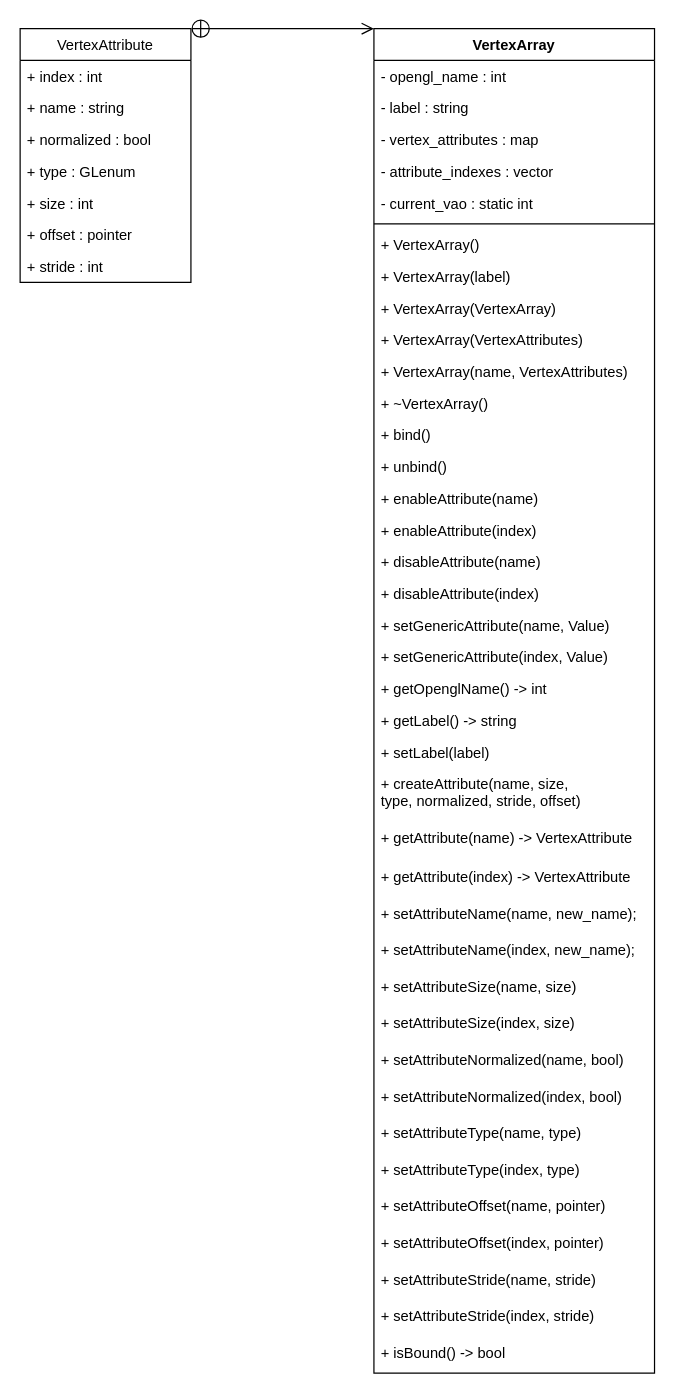
This is docs/VertexArray.drawio from LowFire/blazer3d, a draw.io file, before an edit. Source tidied: cells renumbered, new cells numbered last; positions are measured from the earlier drawing's top-left corner, leaving out a move shared by most shapes. Both pictures are drawn from the tidied source at 122%, with x=0, y=0 at pixel (20, 28).
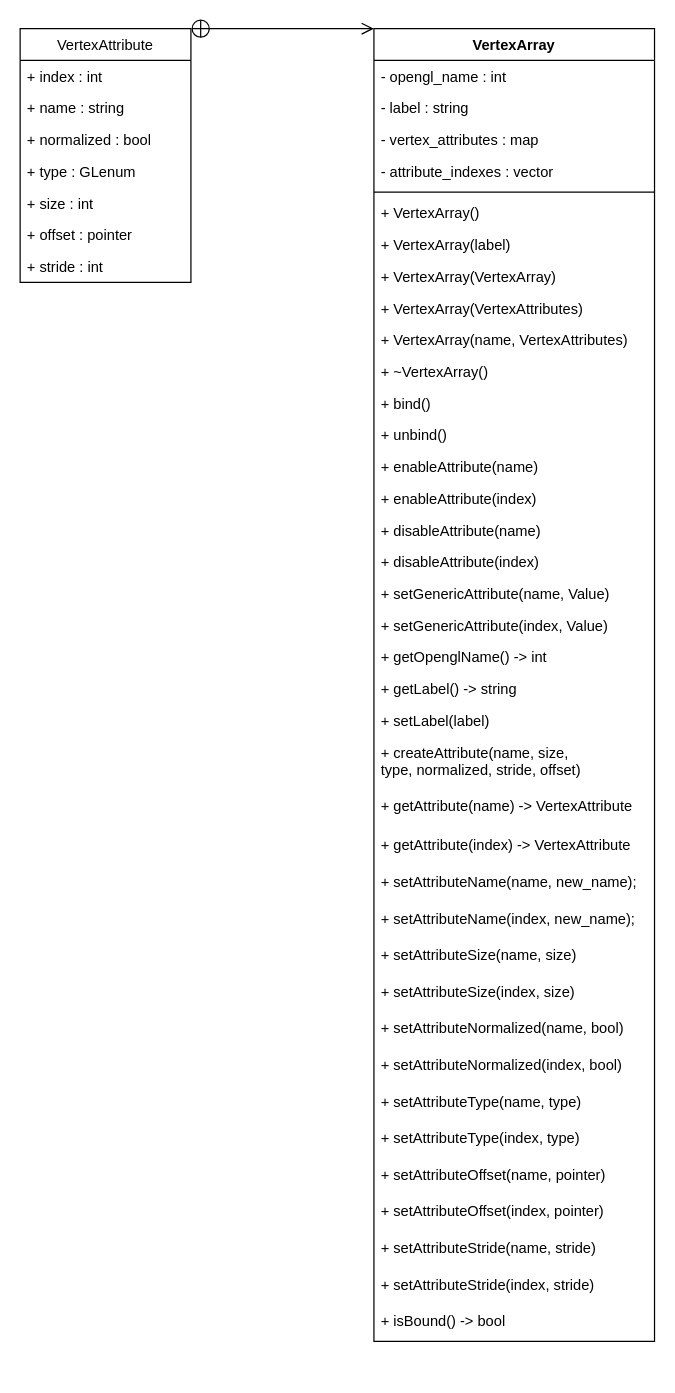
Above is the later version.

What changed in the source:
```diff
@@
     <mxCell id="2" value="VertexArray" style="swimlane;fontStyle=1;align=center;verticalAlign=top;horizontal=1;startSize=26;" parent="1" vertex="1">
-      <mxGeometry x="290" width="230" height="1102" as="geometry" />
+      <mxGeometry x="290" width="230" height="1076" as="geometry" />
     </mxCell>
@@
-    <mxCell id="7" value="- current_vao : static int" style="text;strokeColor=none;fillColor=none;align=left;verticalAlign=top;spacingLeft=4;spacingRight=4;overflow=hidden;" parent="2" vertex="1">
-      <mxGeometry y="130" width="230" height="26" as="geometry" />
-    </mxCell>
     <mxCell id="8" style="line;strokeWidth=1;fillColor=none;align=left;verticalAlign=middle;spacingTop=-1;spacingLeft=3;spacingRight=3;labelPosition=right;" parent="2" vertex="1">
-      <mxGeometry y="156" width="230" height="8" as="geometry" />
+      <mxGeometry y="130" width="230" height="8" as="geometry" />
     </mxCell>
     <mxCell id="9" value="+ VertexArray()" style="text;strokeColor=none;fillColor=none;align=left;verticalAlign=top;spacingLeft=4;spacingRight=4;overflow=hidden;" parent="2" vertex="1">
-      <mxGeometry y="164" width="230" height="26" as="geometry" />
+      <mxGeometry y="138" width="230" height="26" as="geometry" />
     </mxCell>
     <mxCell id="10" value="+ VertexArray(label)" style="text;strokeColor=none;fillColor=none;align=left;verticalAlign=top;spacingLeft=4;spacingRight=4;overflow=hidden;" parent="2" vertex="1">
-      <mxGeometry y="190" width="230" height="26" as="geometry" />
+      <mxGeometry y="164" width="230" height="26" as="geometry" />
     </mxCell>
     <mxCell id="11" value="+ VertexArray(VertexArray)" style="text;strokeColor=none;fillColor=none;align=left;verticalAlign=top;spacingLeft=4;spacingRight=4;overflow=hidden;" parent="2" vertex="1">
-      <mxGeometry y="216" width="230" height="26" as="geometry" />
+      <mxGeometry y="190" width="230" height="26" as="geometry" />
     </mxCell>
     <mxCell id="12" value="+ VertexArray(VertexAttributes)" style="text;strokeColor=none;fillColor=none;align=left;verticalAlign=top;spacingLeft=4;spacingRight=4;overflow=hidden;" parent="2" vertex="1">
-      <mxGeometry y="242" width="230" height="26" as="geometry" />
+      <mxGeometry y="216" width="230" height="26" as="geometry" />
     </mxCell>
     <mxCell id="13" value="+ VertexArray(name, VertexAttributes)" style="text;strokeColor=none;fillColor=none;align=left;verticalAlign=top;spacingLeft=4;spacingRight=4;overflow=hidden;" parent="2" vertex="1">
-      <mxGeometry y="268" width="230" height="26" as="geometry" />
+      <mxGeometry y="242" width="230" height="26" as="geometry" />
     </mxCell>
     <mxCell id="14" value="+ ~VertexArray()" style="text;strokeColor=none;fillColor=none;align=left;verticalAlign=top;spacingLeft=4;spacingRight=4;overflow=hidden;" parent="2" vertex="1">
-      <mxGeometry y="294" width="230" height="26" as="geometry" />
+      <mxGeometry y="268" width="230" height="26" as="geometry" />
     </mxCell>
     <mxCell id="15" value="+ bind()" style="text;strokeColor=none;fillColor=none;align=left;verticalAlign=top;spacingLeft=4;spacingRight=4;overflow=hidden;" parent="2" vertex="1">
-      <mxGeometry y="320" width="230" height="26" as="geometry" />
+      <mxGeometry y="294" width="230" height="26" as="geometry" />
     </mxCell>
     <mxCell id="16" value="+ unbind()" style="text;strokeColor=none;fillColor=none;align=left;verticalAlign=top;spacingLeft=4;spacingRight=4;overflow=hidden;" parent="2" vertex="1">
-      <mxGeometry y="346" width="230" height="26" as="geometry" />
+      <mxGeometry y="320" width="230" height="26" as="geometry" />
     </mxCell>
     <mxCell id="17" value="+ enableAttribute(name)" style="text;strokeColor=none;fillColor=none;align=left;verticalAlign=top;spacingLeft=4;spacingRight=4;overflow=hidden;" parent="2" vertex="1">
-      <mxGeometry y="372" width="230" height="26" as="geometry" />
+      <mxGeometry y="346" width="230" height="26" as="geometry" />
     </mxCell>
     <mxCell id="18" value="+ enableAttribute(index)" style="text;strokeColor=none;fillColor=none;align=left;verticalAlign=top;spacingLeft=4;spacingRight=4;overflow=hidden;" parent="2" vertex="1">
-      <mxGeometry y="398" width="230" height="26" as="geometry" />
+      <mxGeometry y="372" width="230" height="26" as="geometry" />
     </mxCell>
     <mxCell id="19" value="+ disableAttribute(name)" style="text;strokeColor=none;fillColor=none;align=left;verticalAlign=top;spacingLeft=4;spacingRight=4;overflow=hidden;" parent="2" vertex="1">
-      <mxGeometry y="424" width="230" height="26" as="geometry" />
+      <mxGeometry y="398" width="230" height="26" as="geometry" />
     </mxCell>
     <mxCell id="20" value="+ disableAttribute(index)" style="text;strokeColor=none;fillColor=none;align=left;verticalAlign=top;spacingLeft=4;spacingRight=4;overflow=hidden;" parent="2" vertex="1">
-      <mxGeometry y="450" width="230" height="26" as="geometry" />
+      <mxGeometry y="424" width="230" height="26" as="geometry" />
     </mxCell>
     <mxCell id="21" value="+ setGenericAttribute(name, Value)" style="text;strokeColor=none;fillColor=none;align=left;verticalAlign=top;spacingLeft=4;spacingRight=4;overflow=hidden;" parent="2" vertex="1">
-      <mxGeometry y="476" width="230" height="26" as="geometry" />
+      <mxGeometry y="450" width="230" height="26" as="geometry" />
     </mxCell>
     <mxCell id="22" value="+ setGenericAttribute(index, Value)" style="text;strokeColor=none;fillColor=none;align=left;verticalAlign=top;spacingLeft=4;spacingRight=4;overflow=hidden;" parent="2" vertex="1">
-      <mxGeometry y="502" width="230" height="26" as="geometry" />
+      <mxGeometry y="476" width="230" height="26" as="geometry" />
     </mxCell>
     <mxCell id="23" value="+ getOpenglName() -&gt; int" style="text;strokeColor=none;fillColor=none;align=left;verticalAlign=top;spacingLeft=4;spacingRight=4;overflow=hidden;" parent="2" vertex="1">
-      <mxGeometry y="528" width="230" height="26" as="geometry" />
+      <mxGeometry y="502" width="230" height="26" as="geometry" />
     </mxCell>
     <mxCell id="24" value="+ getLabel() -&gt; string" style="text;strokeColor=none;fillColor=none;align=left;verticalAlign=top;spacingLeft=4;spacingRight=4;overflow=hidden;" parent="2" vertex="1">
-      <mxGeometry y="554" width="230" height="26" as="geometry" />
+      <mxGeometry y="528" width="230" height="26" as="geometry" />
     </mxCell>
     <mxCell id="25" value="+ setLabel(label)" style="text;strokeColor=none;fillColor=none;align=left;verticalAlign=top;spacingLeft=4;spacingRight=4;overflow=hidden;" parent="2" vertex="1">
-      <mxGeometry y="580" width="230" height="26" as="geometry" />
+      <mxGeometry y="554" width="230" height="26" as="geometry" />
     </mxCell>
     <mxCell id="26" value="+ createAttribute(name, size,&#10;type, normalized, stride, offset)" style="text;strokeColor=none;fillColor=none;align=left;verticalAlign=top;spacingLeft=4;spacingRight=4;overflow=hidden;" parent="2" vertex="1">
-      <mxGeometry y="606" width="230" height="44" as="geometry" />
+      <mxGeometry y="580" width="230" height="44" as="geometry" />
     </mxCell>
     <mxCell id="27" value="+ getAttribute(name) -&gt; VertexAttribute" style="text;strokeColor=none;fillColor=none;align=left;verticalAlign=top;spacingLeft=4;spacingRight=4;overflow=hidden;" parent="2" vertex="1">
-      <mxGeometry y="650" width="230" height="32" as="geometry" />
+      <mxGeometry y="624" width="230" height="32" as="geometry" />
     </mxCell>
     <mxCell id="28" value="+ getAttribute(index) -&gt; VertexAttribute" style="text;strokeColor=none;fillColor=none;align=left;verticalAlign=top;spacingLeft=4;spacingRight=4;overflow=hidden;" parent="2" vertex="1">
-      <mxGeometry y="682" width="230" height="30" as="geometry" />
+      <mxGeometry y="656" width="230" height="30" as="geometry" />
     </mxCell>
     <mxCell id="29" value="+ setAttributeName(name, new_name);" style="text;strokeColor=none;fillColor=none;align=left;verticalAlign=top;spacingLeft=4;spacingRight=4;overflow=hidden;" parent="2" vertex="1">
-      <mxGeometry y="712" width="230" height="30" as="geometry" />
+      <mxGeometry y="686" width="230" height="30" as="geometry" />
     </mxCell>
     <mxCell id="30" value="+ setAttributeName(index, new_name);" style="text;strokeColor=none;fillColor=none;align=left;verticalAlign=top;spacingLeft=4;spacingRight=4;overflow=hidden;" parent="2" vertex="1">
-      <mxGeometry y="742" width="230" height="30" as="geometry" />
+      <mxGeometry y="716" width="230" height="30" as="geometry" />
     </mxCell>
     <mxCell id="31" value="+ setAttributeSize(name, size)" style="text;strokeColor=none;fillColor=none;align=left;verticalAlign=top;spacingLeft=4;spacingRight=4;overflow=hidden;" parent="2" vertex="1">
-      <mxGeometry y="772" width="230" height="30" as="geometry" />
+      <mxGeometry y="746" width="230" height="30" as="geometry" />
     </mxCell>
     <mxCell id="32" value="+ setAttributeSize(index, size)" style="text;strokeColor=none;fillColor=none;align=left;verticalAlign=top;spacingLeft=4;spacingRight=4;overflow=hidden;" parent="2" vertex="1">
-      <mxGeometry y="802" width="230" height="30" as="geometry" />
+      <mxGeometry y="776" width="230" height="30" as="geometry" />
     </mxCell>
     <mxCell id="33" value="+ setAttributeNormalized(name, bool)" style="text;strokeColor=none;fillColor=none;align=left;verticalAlign=top;spacingLeft=4;spacingRight=4;overflow=hidden;" parent="2" vertex="1">
-      <mxGeometry y="832" width="230" height="30" as="geometry" />
+      <mxGeometry y="806" width="230" height="30" as="geometry" />
     </mxCell>
     <mxCell id="34" value="+ setAttributeNormalized(index, bool)" style="text;strokeColor=none;fillColor=none;align=left;verticalAlign=top;spacingLeft=4;spacingRight=4;overflow=hidden;" parent="2" vertex="1">
-      <mxGeometry y="862" width="230" height="30" as="geometry" />
+      <mxGeometry y="836" width="230" height="30" as="geometry" />
     </mxCell>
     <mxCell id="35" value="+ setAttributeType(name, type)" style="text;strokeColor=none;fillColor=none;align=left;verticalAlign=top;spacingLeft=4;spacingRight=4;overflow=hidden;" parent="2" vertex="1">
-      <mxGeometry y="892" width="230" height="30" as="geometry" />
+      <mxGeometry y="866" width="230" height="30" as="geometry" />
     </mxCell>
     <mxCell id="36" value="+ setAttributeType(index, type)" style="text;strokeColor=none;fillColor=none;align=left;verticalAlign=top;spacingLeft=4;spacingRight=4;overflow=hidden;" parent="2" vertex="1">
-      <mxGeometry y="922" width="230" height="30" as="geometry" />
+      <mxGeometry y="896" width="230" height="30" as="geometry" />
     </mxCell>
     <mxCell id="37" value="+ setAttributeOffset(name, pointer)" style="text;strokeColor=none;fillColor=none;align=left;verticalAlign=top;spacingLeft=4;spacingRight=4;overflow=hidden;" parent="2" vertex="1">
-      <mxGeometry y="952" width="230" height="30" as="geometry" />
+      <mxGeometry y="926" width="230" height="30" as="geometry" />
     </mxCell>
     <mxCell id="38" value="+ setAttributeOffset(index, pointer)" style="text;strokeColor=none;fillColor=none;align=left;verticalAlign=top;spacingLeft=4;spacingRight=4;overflow=hidden;" parent="2" vertex="1">
-      <mxGeometry y="982" width="230" height="30" as="geometry" />
+      <mxGeometry y="956" width="230" height="30" as="geometry" />
     </mxCell>
     <mxCell id="39" value="+ setAttributeStride(name, stride)" style="text;strokeColor=none;fillColor=none;align=left;verticalAlign=top;spacingLeft=4;spacingRight=4;overflow=hidden;" parent="2" vertex="1">
-      <mxGeometry y="1012" width="230" height="30" as="geometry" />
+      <mxGeometry y="986" width="230" height="30" as="geometry" />
     </mxCell>
     <mxCell id="40" value="+ setAttributeStride(index, stride)" style="text;strokeColor=none;fillColor=none;align=left;verticalAlign=top;spacingLeft=4;spacingRight=4;overflow=hidden;" parent="2" vertex="1">
-      <mxGeometry y="1042" width="230" height="30" as="geometry" />
+      <mxGeometry y="1016" width="230" height="30" as="geometry" />
     </mxCell>
     <mxCell id="41" value="+ isBound() -&gt; bool" style="text;strokeColor=none;fillColor=none;align=left;verticalAlign=top;spacingLeft=4;spacingRight=4;overflow=hidden;" parent="2" vertex="1">
-      <mxGeometry y="1072" width="230" height="30" as="geometry" />
+      <mxGeometry y="1046" width="230" height="30" as="geometry" />
     </mxCell>
```
